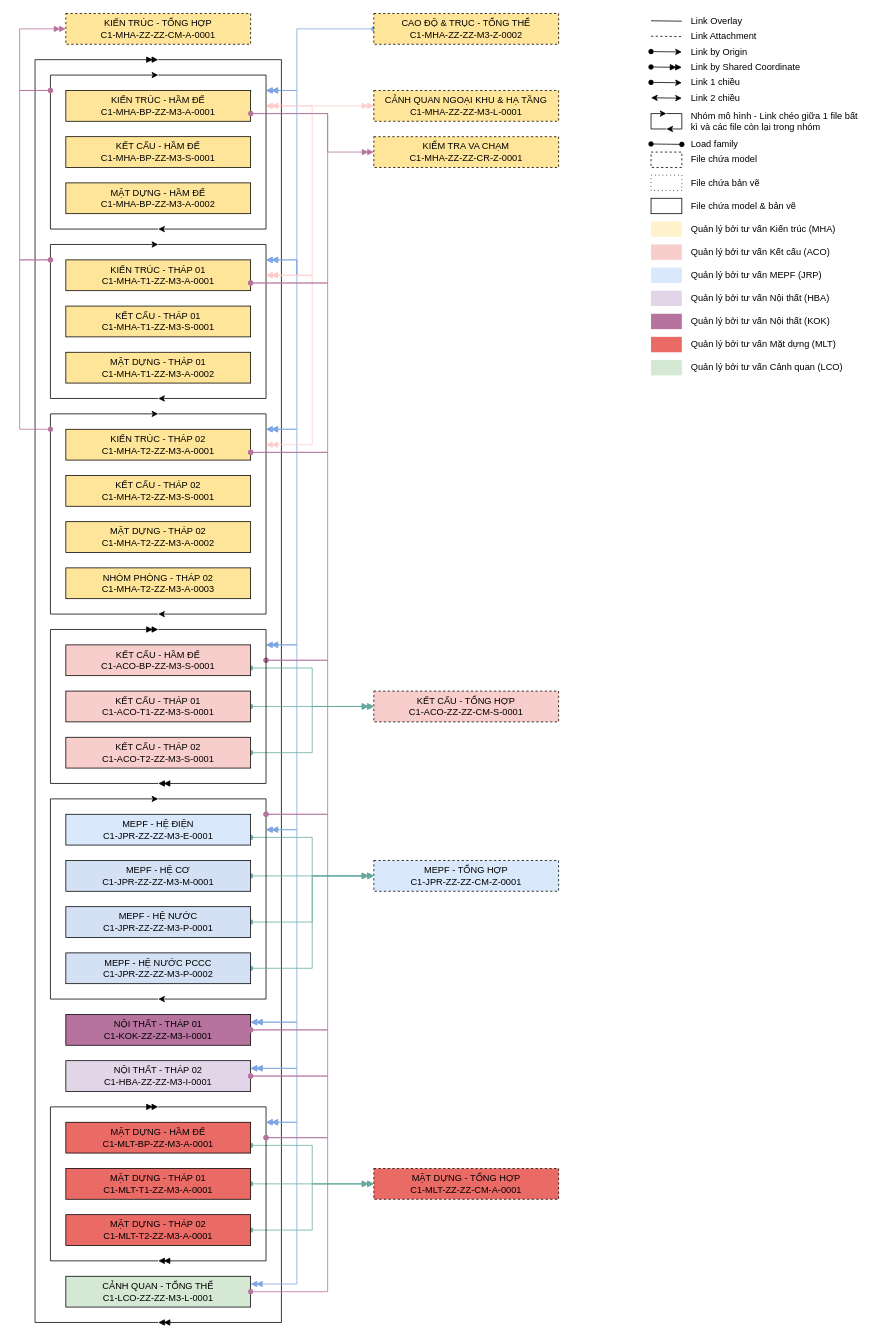
Before: C1_Federated Model Diagram.drawio in Trinity248/DrawIO, a draw.io diagram. Source tidied: cells renumbered, new cells numbered last; positions are measured from the earlier drawing's top-left corner, leaving out a move shared by most shapes. Both pictures are drawn from the tidied source at 77%, with x=0, y=0 at pixel (19, 13).
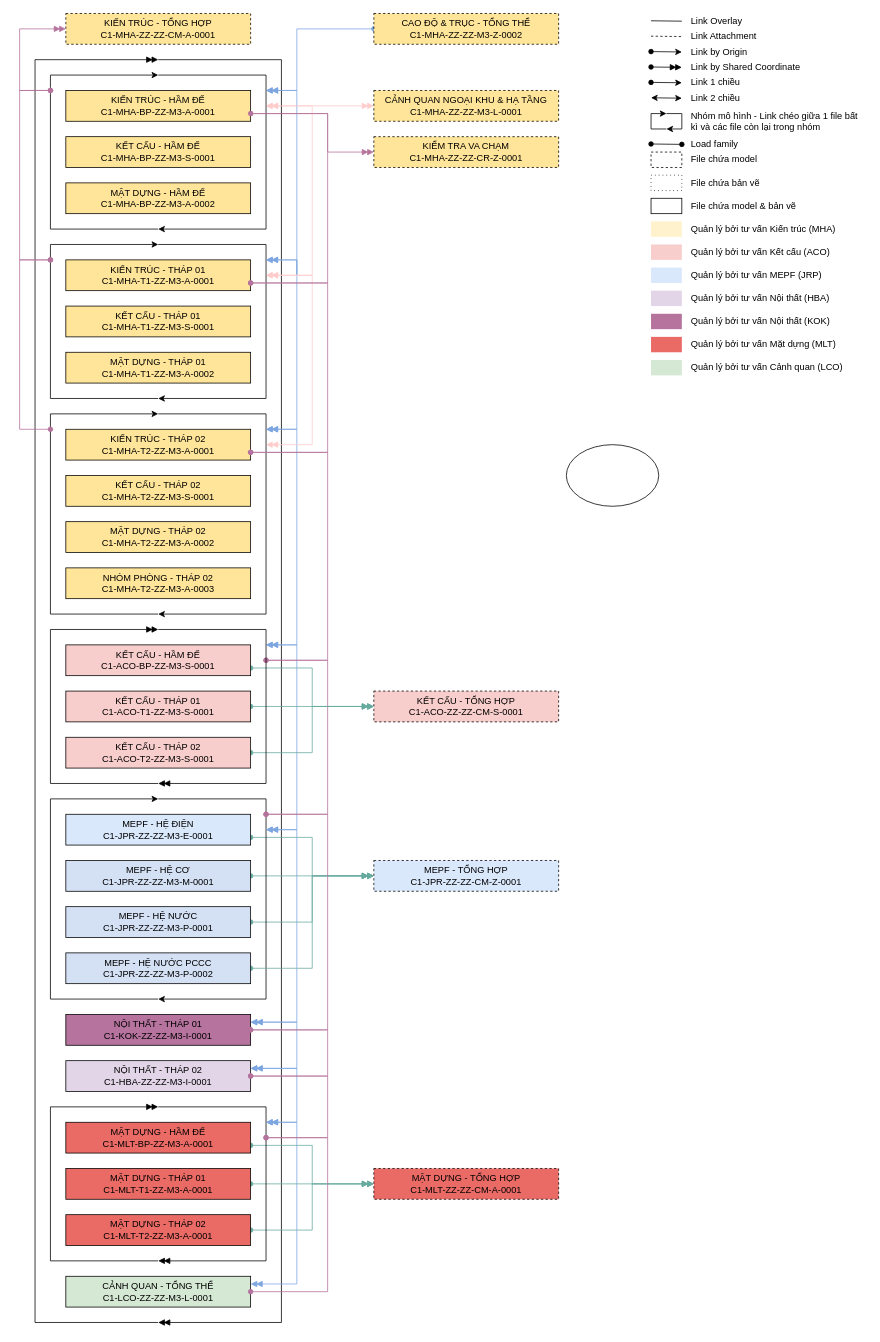
The same diagram, later.

Commit message:
Cập nhật C1_Federated Model Diagram.drawio

What changed in the source:
```diff
@@
+    <mxCell id="117" style="ellipse;whiteSpace=wrap;html=1;" parent="1" vertex="1">
+      <mxGeometry x="710" y="560" width="120" height="80" as="geometry" />
+    </mxCell>
```
